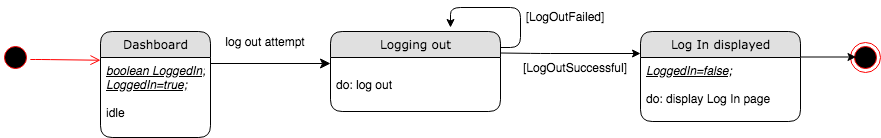
Above: Diagrams/State Chart Diagrams FINAL/ST_03  LOGOUT.png in kkasharaj17/SE-project (draw.io), before the change. Source tidied: cells renumbered, new cells last; positions are measured from the earlier drawing's top-left corner, leaving out a move shared by most shapes.
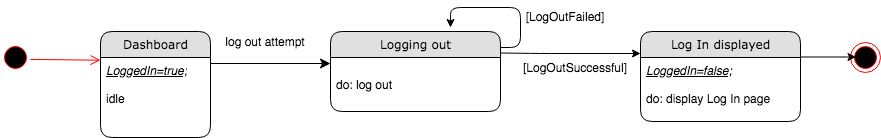
The same file after the commit.

Change to the diagram source:
```diff
@@ -63,7 +63,7 @@
     <mxCell id="13" value="Dashboard" style="swimlane;html=1;fontStyle=0;horizontal=1;startSize=26;fillColor=#e0e0e0;swimlaneFillColor=#ffffff;align=center;rounded=1;shadow=0;comic=0;labelBackgroundColor=none;strokeWidth=1;fontFamily=Verdana;fontSize=12;" parent="1" vertex="1">
       <mxGeometry x="100" y="30" width="110" height="106" as="geometry" />
     </mxCell>
-    <mxCell id="14" value="&lt;i&gt;&lt;u&gt;boolean LoggedIn;&lt;br&gt;LoggedIn=true;&lt;br&gt;&lt;br&gt;&lt;/u&gt;&lt;/i&gt;idle" style="text;html=1;strokeColor=none;fillColor=none;spacingLeft=4;spacingRight=4;whiteSpace=wrap;overflow=hidden;points=[[0,0.5],[1,0.5]];portConstraint=eastwest;" parent="13" vertex="1">
+    <mxCell id="14" value="&lt;i&gt;&lt;u&gt;LoggedIn=true;&lt;br&gt;&lt;br&gt;&lt;/u&gt;&lt;/i&gt;idle" style="text;html=1;strokeColor=none;fillColor=none;spacingLeft=4;spacingRight=4;whiteSpace=wrap;overflow=hidden;points=[[0,0.5],[1,0.5]];portConstraint=eastwest;" parent="13" vertex="1">
       <mxGeometry y="26" width="110" height="74" as="geometry" />
     </mxCell>
     <mxCell id="15" value="Logging out" style="swimlane;html=1;fontStyle=0;horizontal=1;startSize=26;fillColor=#e0e0e0;swimlaneFillColor=#ffffff;align=center;rounded=1;shadow=0;comic=0;labelBackgroundColor=none;strokeWidth=1;fontFamily=Verdana;fontSize=12;" parent="1" vertex="1">
```
